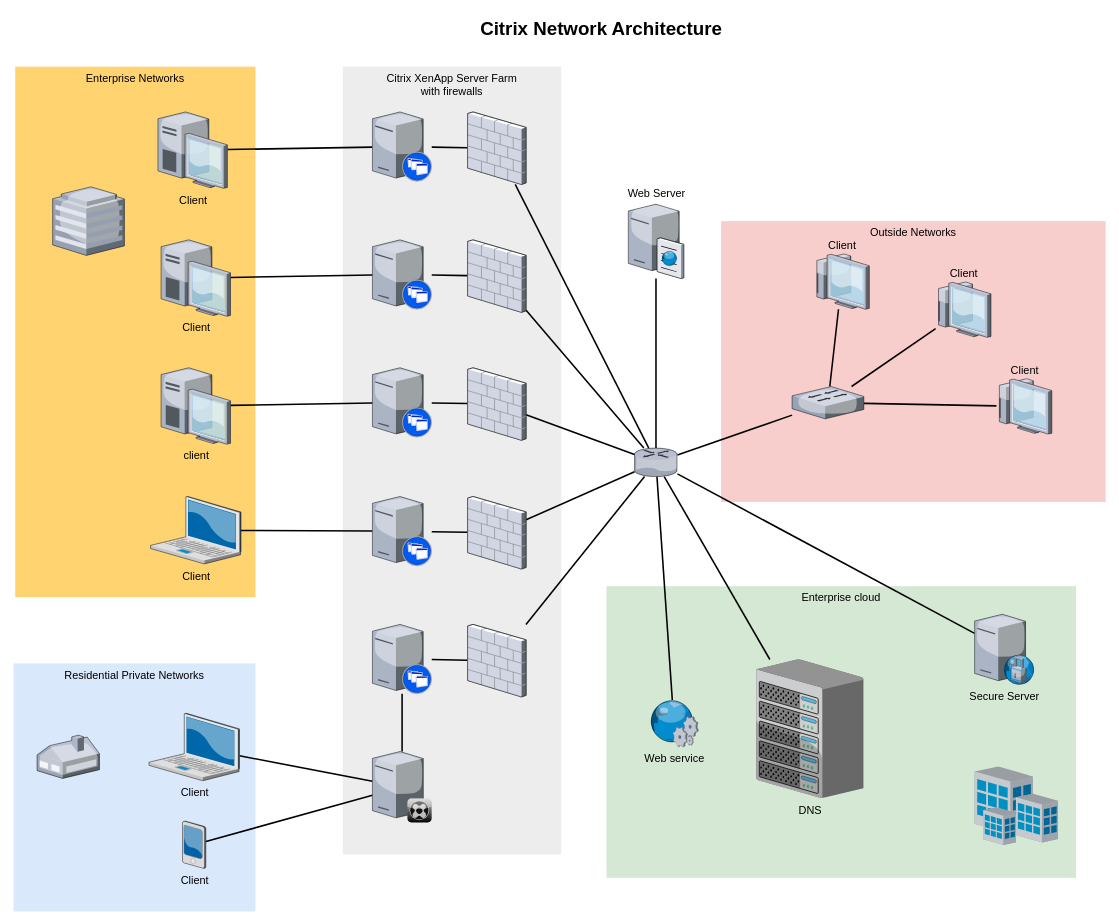
Above: Untitled Diagram.drawio in haziqfaiz-mmu/aia-assignment (draw.io), before the change. Source tidied: cells renumbered, new cells numbered last; positions are measured from the earlier drawing's top-left corner, leaving out a move shared by most shapes. Both pictures are drawn from the tidied source at 78%, with x=0, y=0 at pixel (13, 13).
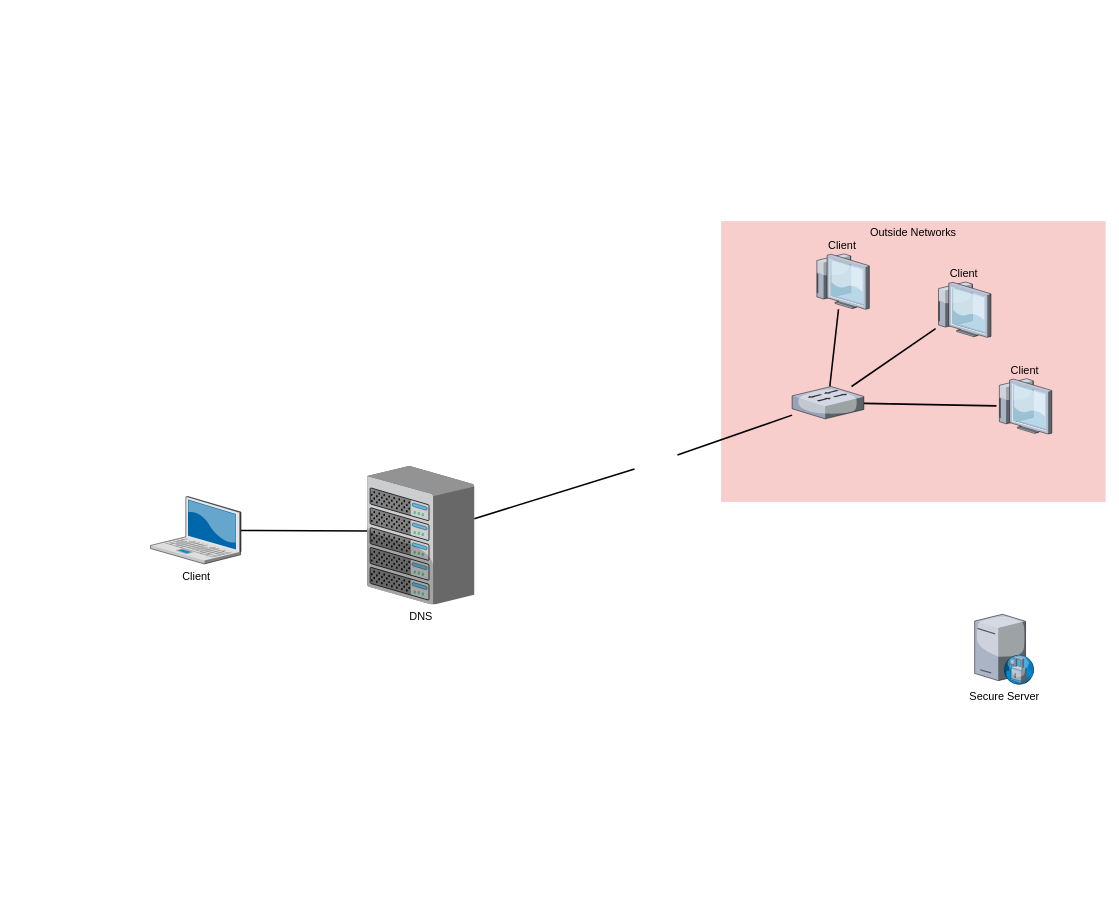
The same diagram, later.

Unchanged cells that the change refers to:
```xml
<mxCell id="10" value="Client" style="verticalLabelPosition=bottom;html=1;verticalAlign=top;strokeColor=none;shape=mxgraph.citrix.laptop_2;fillColor=#66B2FF;gradientColor=#0066CC;fontSize=14;" parent="1" vertex="1">
  <mxGeometry x="175.5" y="619" width="116" height="86.5" as="geometry" />
</mxCell>
<mxCell id="50" value="Secure Server" style="verticalLabelPosition=bottom;html=1;verticalAlign=top;strokeColor=none;shape=mxgraph.citrix.proxy_server;fillColor=#66B2FF;gradientColor=#0066CC;fontSize=14;" parent="1" vertex="1">
  <mxGeometry x="1232" y="770" width="76.5" height="90" as="geometry" />
</mxCell>
<mxCell id="54" style="verticalLabelPosition=bottom;html=1;verticalAlign=top;strokeColor=none;shape=mxgraph.citrix.switch;fillColor=#66B2FF;gradientColor=#0066CC;fontSize=14;" parent="1" vertex="1">
  <mxGeometry x="998" y="478" width="92" height="41.5" as="geometry" />
</mxCell>
```

The edit, as a diff of the source:
```diff
@@
-    <mxCell id="3" value="Enterprise cloud" style="whiteSpace=wrap;html=1;fillColor=#d5e8d4;fontSize=14;strokeColor=none;verticalAlign=top;" parent="1" vertex="1">
-      <mxGeometry x="760" y="734" width="602" height="374" as="geometry" />
-    </mxCell>
-    <mxCell id="4" value="Citrix XenApp Server Farm&lt;div&gt;with firewalls&lt;/div&gt;" style="whiteSpace=wrap;html=1;fillColor=#EDEDED;fontSize=14;strokeColor=none;verticalAlign=top;" parent="1" vertex="1">
-      <mxGeometry x="422" y="68" width="280" height="1010" as="geometry" />
-    </mxCell>
-    <mxCell id="5" value="Residential Private Networks" style="whiteSpace=wrap;html=1;fillColor=#dae8fc;fontSize=14;strokeColor=none;verticalAlign=top;" parent="1" vertex="1">
-      <mxGeometry y="833" width="310" height="318" as="geometry" />
-    </mxCell>
-    <mxCell id="6" value="Enterprise Networks" style="whiteSpace=wrap;html=1;fillColor=#FFD470;gradientColor=none;fontSize=14;strokeColor=none;verticalAlign=top;" parent="1" vertex="1">
-      <mxGeometry x="2" y="68" width="308" height="680" as="geometry" />
-    </mxCell>
-    <mxCell id="7" style="edgeStyle=none;rounded=0;html=1;startSize=10;endSize=10;jettySize=auto;fontSize=14;endArrow=none;endFill=0;strokeWidth=2;" parent="1" edge="1" source="8" target="35">
-      <mxGeometry relative="1" as="geometry" />
-    </mxCell>
-    <mxCell id="8" value="Client" style="verticalLabelPosition=bottom;html=1;verticalAlign=top;strokeColor=none;shape=mxgraph.citrix.laptop_2;fillColor=#66B2FF;gradientColor=#0066CC;fontSize=14;" parent="1" vertex="1">
-      <mxGeometry x="173.5" y="897" width="116" height="86.5" as="geometry" />
-    </mxCell>
-    <mxCell id="9" style="edgeStyle=none;rounded=0;html=1;startSize=10;endSize=10;jettySize=auto;fontSize=14;endArrow=none;endFill=0;strokeWidth=2;" parent="1" edge="1" source="10" target="22">
-      <mxGeometry relative="1" as="geometry" />
+    <mxCell id="9" style="edgeStyle=none;rounded=0;html=1;startSize=10;endSize=10;jettySize=auto;fontSize=14;endArrow=none;endFill=0;strokeWidth=2;" parent="1" edge="1" source="10">
+      <mxGeometry relative="1" as="geometry">
+        <mxPoint x="460" y="663.3" as="targetPoint" />
+      </mxGeometry>
     </mxCell>
@@
-    <mxCell id="11" style="edgeStyle=none;rounded=0;html=1;startSize=10;endSize=10;jettySize=auto;fontSize=14;endArrow=none;endFill=0;strokeWidth=2;" parent="1" edge="1" source="12" target="24">
-      <mxGeometry relative="1" as="geometry" />
-    </mxCell>
-    <mxCell id="12" value="client" style="verticalLabelPosition=bottom;html=1;verticalAlign=top;strokeColor=none;shape=mxgraph.citrix.desktop;fillColor=#66B2FF;gradientColor=#0066CC;fontSize=14;" parent="1" vertex="1">
-      <mxGeometry x="189" y="454" width="89" height="98" as="geometry" />
-    </mxCell>
-    <mxCell id="13" style="edgeStyle=none;rounded=0;html=1;startSize=10;endSize=10;jettySize=auto;fontSize=14;endArrow=none;endFill=0;strokeWidth=2;" parent="1" edge="1" source="14" target="26">
-      <mxGeometry relative="1" as="geometry" />
-    </mxCell>
-    <mxCell id="14" value="Client" style="verticalLabelPosition=bottom;html=1;verticalAlign=top;strokeColor=none;shape=mxgraph.citrix.desktop;fillColor=#66B2FF;gradientColor=#0066CC;fontSize=14;" parent="1" vertex="1">
-      <mxGeometry x="189" y="290" width="89" height="98" as="geometry" />
-    </mxCell>
-    <mxCell id="15" style="edgeStyle=none;rounded=0;html=1;startSize=10;endSize=10;jettySize=auto;fontSize=14;endArrow=none;endFill=0;strokeWidth=2;" parent="1" edge="1" source="16" target="28">
-      <mxGeometry relative="1" as="geometry" />
-    </mxCell>
-    <mxCell id="16" value="Client" style="verticalLabelPosition=bottom;html=1;verticalAlign=top;strokeColor=none;shape=mxgraph.citrix.desktop;fillColor=#66B2FF;gradientColor=#0066CC;fontSize=14;" parent="1" vertex="1">
-      <mxGeometry x="185" y="126" width="89" height="98" as="geometry" />
-    </mxCell>
-    <mxCell id="17" style="edgeStyle=none;rounded=0;html=1;startSize=10;endSize=10;jettySize=auto;fontSize=14;endArrow=none;endFill=0;strokeWidth=2;" parent="1" edge="1" source="18" target="35">
-      <mxGeometry relative="1" as="geometry" />
-    </mxCell>
-    <mxCell id="18" value="Client" style="verticalLabelPosition=bottom;html=1;verticalAlign=top;strokeColor=none;shape=mxgraph.citrix.pda;fillColor=#66B2FF;gradientColor=#0066CC;fontSize=14;" parent="1" vertex="1">
-      <mxGeometry x="216.5" y="1035" width="30" height="61" as="geometry" />
-    </mxCell>
-    <mxCell id="19" style="edgeStyle=none;rounded=0;html=1;startSize=10;endSize=10;jettySize=auto;fontSize=14;endArrow=none;endFill=0;strokeWidth=2;" parent="1" edge="1" source="20" target="47">
-      <mxGeometry relative="1" as="geometry" />
-    </mxCell>
-    <mxCell id="20" style="verticalLabelPosition=bottom;html=1;verticalAlign=top;strokeColor=none;shape=mxgraph.citrix.xenapp_server;fillColor=#66B2FF;gradientColor=#0066CC;fontSize=14;" parent="1" vertex="1">
-      <mxGeometry x="460" y="783" width="76" height="89" as="geometry" />
-    </mxCell>
-    <mxCell id="21" style="edgeStyle=none;rounded=0;html=1;startSize=10;endSize=10;jettySize=auto;fontSize=14;endArrow=none;endFill=0;strokeWidth=2;" parent="1" edge="1" source="22" target="45">
-      <mxGeometry relative="1" as="geometry" />
-    </mxCell>
-    <mxCell id="22" style="verticalLabelPosition=bottom;html=1;verticalAlign=top;strokeColor=none;shape=mxgraph.citrix.xenapp_server;fillColor=#66B2FF;gradientColor=#0066CC;fontSize=14;" parent="1" vertex="1">
-      <mxGeometry x="460" y="619" width="76" height="89" as="geometry" />
-    </mxCell>
-    <mxCell id="23" style="edgeStyle=none;rounded=0;html=1;startSize=10;endSize=10;jettySize=auto;fontSize=14;endArrow=none;endFill=0;strokeWidth=2;" parent="1" edge="1" source="24" target="43">
-      <mxGeometry relative="1" as="geometry" />
-    </mxCell>
-    <mxCell id="24" style="verticalLabelPosition=bottom;html=1;verticalAlign=top;strokeColor=none;shape=mxgraph.citrix.xenapp_server;fillColor=#66B2FF;gradientColor=#0066CC;fontSize=14;" parent="1" vertex="1">
-      <mxGeometry x="460" y="454" width="76" height="89" as="geometry" />
-    </mxCell>
-    <mxCell id="25" style="edgeStyle=none;rounded=0;html=1;startSize=10;endSize=10;jettySize=auto;fontSize=14;endArrow=none;endFill=0;strokeWidth=2;" parent="1" edge="1" source="26" target="41">
-      <mxGeometry relative="1" as="geometry" />
-    </mxCell>
-    <mxCell id="26" style="verticalLabelPosition=bottom;html=1;verticalAlign=top;strokeColor=none;shape=mxgraph.citrix.xenapp_server;fillColor=#66B2FF;gradientColor=#0066CC;fontSize=14;" parent="1" vertex="1">
-      <mxGeometry x="460" y="290" width="76" height="89" as="geometry" />
-    </mxCell>
-    <mxCell id="27" style="edgeStyle=none;rounded=0;html=1;startSize=10;endSize=10;jettySize=auto;fontSize=14;endArrow=none;endFill=0;strokeWidth=2;" parent="1" edge="1" source="28" target="39">
-      <mxGeometry relative="1" as="geometry" />
-    </mxCell>
-    <mxCell id="28" style="verticalLabelPosition=bottom;html=1;verticalAlign=top;strokeColor=none;shape=mxgraph.citrix.xenapp_server;fillColor=#66B2FF;gradientColor=#0066CC;fontSize=14;" parent="1" vertex="1">
-      <mxGeometry x="460" y="126" width="76" height="89" as="geometry" />
-    </mxCell>
-    <mxCell id="29" style="edgeStyle=none;rounded=0;html=1;startSize=10;endSize=10;jettySize=auto;fontSize=14;endArrow=none;endFill=0;strokeWidth=2;" parent="1" edge="1" source="33" target="37">
-      <mxGeometry relative="1" as="geometry" />
+    <mxCell id="29" style="edgeStyle=none;rounded=0;html=1;startSize=10;endSize=10;jettySize=auto;fontSize=14;endArrow=none;endFill=0;strokeWidth=2;" parent="1" edge="1" target="37">
+      <mxGeometry relative="1" as="geometry">
+        <mxPoint x="796" y="583.8" as="sourcePoint" />
+      </mxGeometry>
     </mxCell>
-    <mxCell id="30" style="edgeStyle=none;rounded=0;html=1;startSize=10;endSize=10;jettySize=auto;fontSize=14;endArrow=none;endFill=0;strokeWidth=2;" parent="1" edge="1" source="33" target="36">
-      <mxGeometry relative="1" as="geometry" />
-    </mxCell>
-    <mxCell id="31" style="edgeStyle=none;rounded=0;html=1;startSize=10;endSize=10;jettySize=auto;fontSize=14;endArrow=none;endFill=0;strokeWidth=2;" parent="1" edge="1" source="33" target="54">
-      <mxGeometry relative="1" as="geometry" />
+    <mxCell id="31" style="edgeStyle=none;rounded=0;html=1;startSize=10;endSize=10;jettySize=auto;fontSize=14;endArrow=none;endFill=0;strokeWidth=2;" parent="1" edge="1" target="54">
+      <mxGeometry relative="1" as="geometry">
+        <mxPoint x="851" y="565.7" as="sourcePoint" />
+      </mxGeometry>
     </mxCell>
-    <mxCell id="32" style="edgeStyle=none;rounded=0;html=1;startSize=10;endSize=10;jettySize=auto;fontSize=14;endArrow=none;endFill=0;strokeWidth=2;" parent="1" edge="1" source="33" target="50">
-      <mxGeometry relative="1" as="geometry" />
-    </mxCell>
-    <mxCell id="33" style="verticalLabelPosition=bottom;html=1;verticalAlign=top;strokeColor=none;shape=mxgraph.citrix.router;fillColor=#66B2FF;gradientColor=#0066CC;fontSize=14;" parent="1" vertex="1">
-      <mxGeometry x="796" y="557" width="55" height="36.5" as="geometry" />
-    </mxCell>
-    <mxCell id="34" style="edgeStyle=none;rounded=0;html=1;startSize=10;endSize=10;jettySize=auto;fontSize=14;endArrow=none;endFill=0;strokeWidth=2;" parent="1" edge="1" source="35" target="20">
-      <mxGeometry relative="1" as="geometry" />
-    </mxCell>
-    <mxCell id="35" style="verticalLabelPosition=bottom;html=1;verticalAlign=top;strokeColor=none;shape=mxgraph.citrix.xenclient_synchronizer;fillColor=#CCCCCC;gradientColor=#000000;gradientDirection=south;fontSize=14;" parent="1" vertex="1">
-      <mxGeometry x="460" y="946" width="76" height="91" as="geometry" />
-    </mxCell>
-    <mxCell id="36" value="Web Server" style="verticalLabelPosition=top;html=1;verticalAlign=bottom;strokeColor=none;shape=mxgraph.citrix.cache_server;fillColor=#66B2FF;gradientColor=#0066CC;fontSize=14;labelPosition=center;align=center;" parent="1" vertex="1">
-      <mxGeometry x="788" y="242" width="71" height="97.5" as="geometry" />
-    </mxCell>
     <mxCell id="37" value="DNS" style="verticalLabelPosition=bottom;html=1;verticalAlign=top;strokeColor=none;shape=mxgraph.citrix.chassis;fillColor=#66B2FF;gradientColor=#0066CC;fontSize=14;" parent="1" vertex="1">
-      <mxGeometry x="952" y="828" width="137.5" height="177.5" as="geometry" />
+      <mxGeometry x="453" y="580" width="137.5" height="177.5" as="geometry" />
     </mxCell>
-    <mxCell id="38" style="edgeStyle=none;rounded=0;html=1;startSize=10;endSize=10;jettySize=auto;fontSize=14;endArrow=none;endFill=0;strokeWidth=2;" parent="1" edge="1" source="39" target="33">
-      <mxGeometry relative="1" as="geometry" />
-    </mxCell>
-    <mxCell id="39" style="verticalLabelPosition=bottom;html=1;verticalAlign=top;strokeColor=none;shape=mxgraph.citrix.firewall;fillColor=#66B2FF;gradientColor=#0066CC;fontSize=14;" parent="1" vertex="1">
-      <mxGeometry x="582" y="126" width="75" height="93" as="geometry" />
-    </mxCell>
-    <mxCell id="40" style="edgeStyle=none;rounded=0;html=1;startSize=10;endSize=10;jettySize=auto;fontSize=14;endArrow=none;endFill=0;strokeWidth=2;" parent="1" edge="1" source="41" target="33">
-      <mxGeometry relative="1" as="geometry" />
-    </mxCell>
-    <mxCell id="41" style="verticalLabelPosition=bottom;html=1;verticalAlign=top;strokeColor=none;shape=mxgraph.citrix.firewall;fillColor=#66B2FF;gradientColor=#0066CC;fontSize=14;" parent="1" vertex="1">
-      <mxGeometry x="582" y="290" width="75" height="93" as="geometry" />
-    </mxCell>
-    <mxCell id="42" style="edgeStyle=none;rounded=0;html=1;startSize=10;endSize=10;jettySize=auto;fontSize=14;endArrow=none;endFill=0;strokeWidth=2;" parent="1" edge="1" source="43" target="33">
-      <mxGeometry relative="1" as="geometry" />
-    </mxCell>
-    <mxCell id="43" style="verticalLabelPosition=bottom;html=1;verticalAlign=top;strokeColor=none;shape=mxgraph.citrix.firewall;fillColor=#66B2FF;gradientColor=#0066CC;fontSize=14;" parent="1" vertex="1">
-      <mxGeometry x="582" y="454" width="75" height="93" as="geometry" />
-    </mxCell>
-    <mxCell id="44" style="edgeStyle=none;rounded=0;html=1;startSize=10;endSize=10;jettySize=auto;fontSize=14;endArrow=none;endFill=0;strokeWidth=2;" parent="1" edge="1" source="45" target="33">
-      <mxGeometry relative="1" as="geometry" />
-    </mxCell>
-    <mxCell id="45" style="verticalLabelPosition=bottom;html=1;verticalAlign=top;strokeColor=none;shape=mxgraph.citrix.firewall;fillColor=#66B2FF;gradientColor=#0066CC;fontSize=14;" parent="1" vertex="1">
-      <mxGeometry x="582" y="619" width="75" height="93" as="geometry" />
-    </mxCell>
-    <mxCell id="46" style="edgeStyle=none;rounded=0;html=1;startSize=10;endSize=10;jettySize=auto;fontSize=14;endArrow=none;endFill=0;strokeWidth=2;" parent="1" edge="1" source="47" target="33">
-      <mxGeometry relative="1" as="geometry" />
-    </mxCell>
-    <mxCell id="47" style="verticalLabelPosition=bottom;html=1;verticalAlign=top;strokeColor=none;shape=mxgraph.citrix.firewall;fillColor=#66B2FF;gradientColor=#0066CC;fontSize=14;" parent="1" vertex="1">
-      <mxGeometry x="582" y="783" width="75" height="93" as="geometry" />
-    </mxCell>
-    <mxCell id="48" style="verticalLabelPosition=bottom;html=1;verticalAlign=top;strokeColor=none;shape=mxgraph.citrix.home_office;fillColor=#66B2FF;gradientColor=#0066CC;fontSize=14;" parent="1" vertex="1">
-      <mxGeometry x="30" y="925" width="80" height="55.5" as="geometry" />
-    </mxCell>
-    <mxCell id="49" style="verticalLabelPosition=bottom;html=1;verticalAlign=top;strokeColor=none;shape=mxgraph.citrix.hq_enterprise;fillColor=#66B2FF;gradientColor=#0066CC;fontSize=14;" parent="1" vertex="1">
-      <mxGeometry x="50" y="222" width="92" height="88" as="geometry" />
-    </mxCell>
@@
-    <mxCell id="58" style="edgeStyle=none;rounded=0;html=1;startSize=10;endSize=10;jettySize=auto;fontSize=14;endArrow=none;endFill=0;strokeWidth=2;" parent="1" edge="1" source="59" target="33">
-      <mxGeometry relative="1" as="geometry" />
-    </mxCell>
-    <mxCell id="59" value="Web service" style="verticalLabelPosition=bottom;html=1;verticalAlign=top;strokeColor=none;shape=mxgraph.citrix.web_service;fillColor=#66B2FF;gradientColor=#0066CC;fontSize=14;" parent="1" vertex="1">
-      <mxGeometry x="815" y="880" width="63" height="60" as="geometry" />
-    </mxCell>
-    <mxCell id="60" style="verticalLabelPosition=bottom;html=1;verticalAlign=top;strokeColor=none;shape=mxgraph.citrix.site;fillColor=#66B2FF;gradientColor=#0066CC;fontSize=14;" parent="1" vertex="1">
-      <mxGeometry x="1232" y="965" width="107" height="101" as="geometry" />
-    </mxCell>
-    <mxCell id="61" value="Citrix Network Architecture" style="text;strokeColor=none;fillColor=none;html=1;fontSize=24;fontStyle=1;verticalAlign=middle;align=center;" parent="1" vertex="1">
-      <mxGeometry x="322" width="861" height="40" as="geometry" />
-    </mxCell>
```
